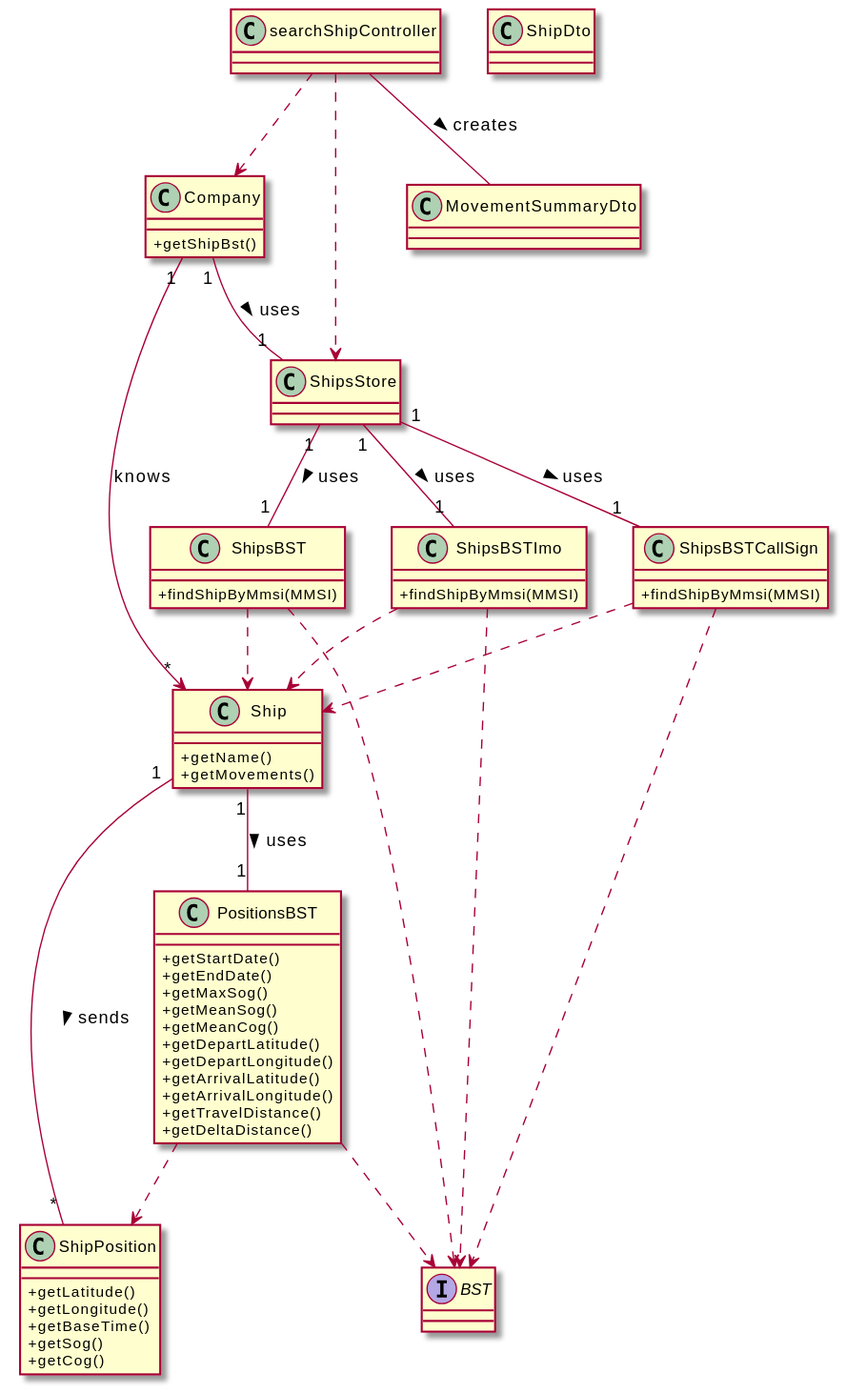
The PlantUML diagram docs/US102/CD_102.svg in ana-albergaria/LAPR3-ISEP, before a commit. The source it was exported from:
```plantuml
@startuml
skinparam classAttributeIconSize 0

class Company{
    +getShipBst()
}
Interface BST{}

class Ship {
    +getName()
    +getMovements()
}

class ShipsBST{
    +findShipByMmsi(MMSI)
}

class ShipsBSTImo{
    +findShipByMmsi(MMSI)
}
class ShipsBSTCallSign{
     +findShipByMmsi(MMSI)
 }

class ShipPosition{
    +getLatitude()
    +getLongitude()
    +getBaseTime()
    +getSog()
    +getCog()
}

class PositionsBST {
    +getStartDate()
    +getEndDate()
    +getMaxSog()
    +getMeanSog()
    +getMeanCog()
    +getDepartLatitude()
    +getDepartLongitude()
    +getArrivalLatitude()
    +getArrivalLongitude()
    +getTravelDistance()
    +getDeltaDistance()
}


class searchShipController {
}

class ShipDto{

}


searchShipController ..> Company
searchShipController ..> ShipsStore
searchShipController -- MovementSummaryDto: creates >
Company "1" --> "*" Ship : knows
Company "1" -- "1" ShipsStore : uses >
ShipsStore "1" -- "1" ShipsBSTCallSign : uses >
ShipsStore "1" -- "1" ShipsBST : uses >
ShipsStore "1" -- "1" ShipsBSTImo : uses >
ShipsBST ..> Ship
ShipsBSTImo ..> Ship
ShipsBSTCallSign ..> Ship
Ship "1" -- "*" ShipPosition : sends >
Ship "1" -- "1" PositionsBST : uses >
PositionsBST ..> ShipPosition
ShipsBST ..> BST
ShipsBSTImo ..> BST
ShipsBSTCallSign ..> BST
PositionsBST ..> BST

@enduml
```
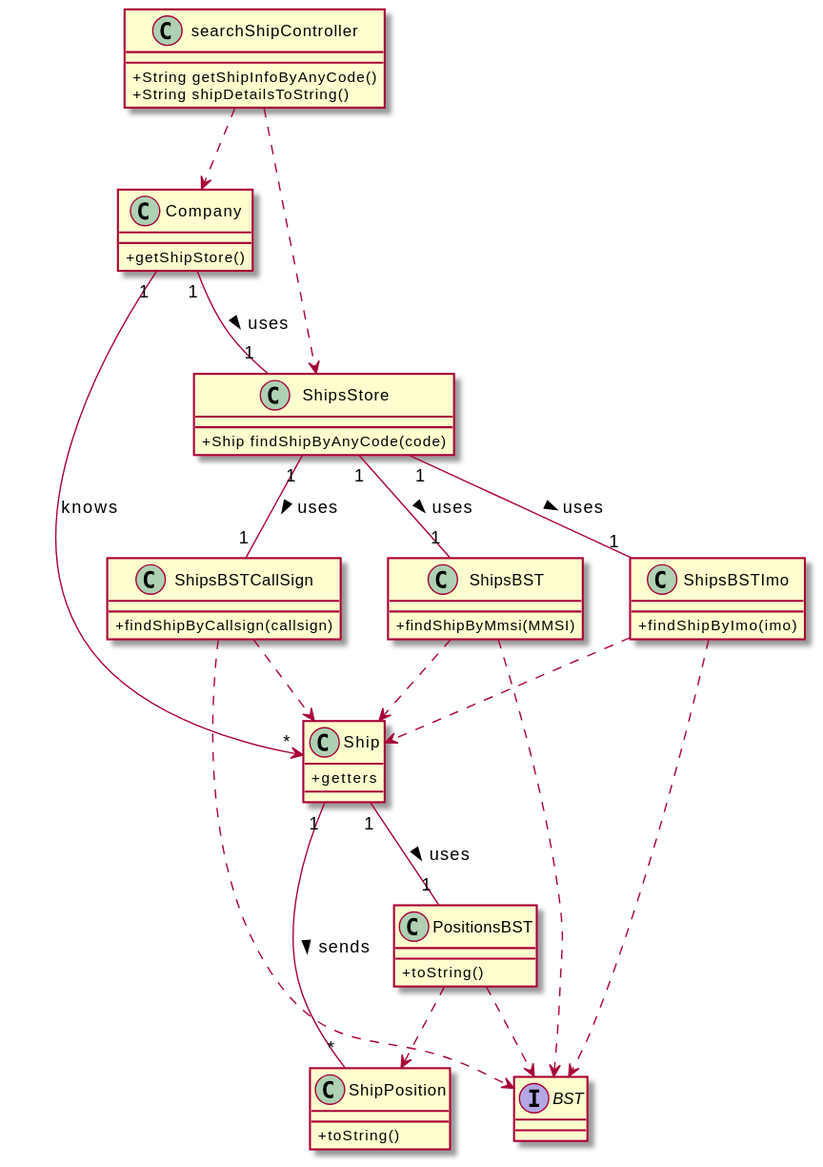
Above is the later version.

Diff of the diagram source:
```diff
@@ -2,13 +2,15 @@
 skinparam classAttributeIconSize 0
 
 class Company{
-    +getShipBst()
+    +getShipStore()
 }
 Interface BST{}
 
+class ShipsStore{
+    +Ship findShipByAnyCode(code)
+}
 class Ship {
-    +getName()
-    +getMovements()
+    +getters
 }
 
 class ShipsBST{
@@ -16,46 +18,29 @@
 }
 
 class ShipsBSTImo{
-    +findShipByMmsi(MMSI)
+    +findShipByImo(imo)
 }
 class ShipsBSTCallSign{
-     +findShipByMmsi(MMSI)
+     +findShipByCallsign(callsign)
  }
 
 class ShipPosition{
-    +getLatitude()
-    +getLongitude()
-    +getBaseTime()
-    +getSog()
-    +getCog()
+    +toString()
 }
 
 class PositionsBST {
-    +getStartDate()
-    +getEndDate()
-    +getMaxSog()
-    +getMeanSog()
-    +getMeanCog()
-    +getDepartLatitude()
-    +getDepartLongitude()
-    +getArrivalLatitude()
-    +getArrivalLongitude()
-    +getTravelDistance()
-    +getDeltaDistance()
+    +toString()
 }
 
 
 class searchShipController {
-}
-
-class ShipDto{
-
+    +String getShipInfoByAnyCode()
+    +String shipDetailsToString()
 }
 
 
 searchShipController ..> Company
 searchShipController ..> ShipsStore
-searchShipController -- MovementSummaryDto: creates >
 Company "1" --> "*" Ship : knows
 Company "1" -- "1" ShipsStore : uses >
 ShipsStore "1" -- "1" ShipsBSTCallSign : uses >
```
